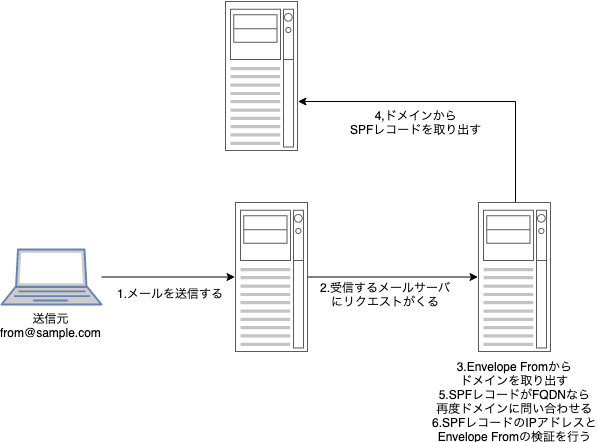
The draw.io diagram images/chap03-spf-settings/spf.png in hideaki-kawahara/Clean-mailSettings, before a commit. Source tidied: cells renumbered, new cells last; positions are measured from the earlier drawing's top-left corner, leaving out a move shared by most shapes.
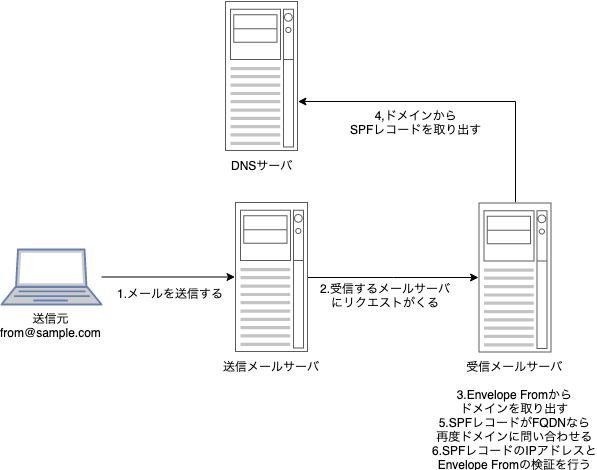
After the commit.

The edit, as a diff of the source:
```diff
@@ -10,7 +10,7 @@
         <mxPoint x="-8" y="32" as="offset" />
       </mxGeometry>
     </mxCell>
-    <mxCell id="4" style="strokeColor=#666666;html=1;verticalLabelPosition=bottom;labelBackgroundColor=#ffffff;verticalAlign=top;outlineConnect=0;shadow=0;dashed=0;shape=mxgraph.rack.general.server_2;" parent="1" vertex="1">
+    <mxCell id="4" value="送信メールサーバ" style="strokeColor=#666666;html=1;verticalLabelPosition=bottom;labelBackgroundColor=#ffffff;verticalAlign=top;outlineConnect=0;shadow=0;dashed=0;shape=mxgraph.rack.general.server_2;" parent="1" vertex="1">
       <mxGeometry x="233.5" y="200.5" width="73" height="150" as="geometry" />
     </mxCell>
     <mxCell id="5" style="edgeStyle=orthogonalEdgeStyle;rounded=0;jettySize=auto;html=1;" parent="1" edge="1" source="6" target="4">
@@ -19,7 +19,7 @@
     <mxCell id="6" value="&lt;font color=&quot;#000000&quot;&gt;送信元&lt;br&gt;from@sample.com&lt;/font&gt;" style="fontColor=#0066CC;verticalAlign=top;verticalLabelPosition=bottom;labelPosition=center;align=center;html=1;outlineConnect=0;fillColor=#CCCCCC;strokeColor=#6881B3;gradientColor=none;gradientDirection=north;strokeWidth=2;shape=mxgraph.networks.laptop;" parent="1" vertex="1">
       <mxGeometry y="248" width="100" height="55" as="geometry" />
     </mxCell>
-    <mxCell id="7" style="strokeColor=#666666;html=1;verticalLabelPosition=bottom;labelBackgroundColor=#ffffff;verticalAlign=top;outlineConnect=0;shadow=0;dashed=0;shape=mxgraph.rack.general.server_2;" parent="1" vertex="1">
+    <mxCell id="7" value="DNSサーバ" style="strokeColor=#666666;html=1;verticalLabelPosition=bottom;labelBackgroundColor=#ffffff;verticalAlign=top;outlineConnect=0;shadow=0;dashed=0;shape=mxgraph.rack.general.server_2;" parent="1" vertex="1">
       <mxGeometry x="223.5" y="-0.5" width="73" height="150" as="geometry" />
     </mxCell>
     <mxCell id="8" style="edgeStyle=orthogonalEdgeStyle;rounded=0;jettySize=auto;html=1;" parent="1" edge="1" source="10" target="7">
@@ -34,8 +34,8 @@
         <mxPoint x="-47" y="16.5" as="offset" />
       </mxGeometry>
     </mxCell>
-    <mxCell id="10" value="3.Envelope Fromから&lt;br&gt;ドメインを取り出す&lt;br&gt;5.SPFレコードがFQDNなら&lt;br&gt;再度ドメインに問い合わせる&lt;br&gt;6.SPFレコードのIPアドレスと&lt;br&gt;Envelope Fromの検証を行う" style="strokeColor=#666666;html=1;verticalLabelPosition=bottom;labelBackgroundColor=#ffffff;verticalAlign=top;outlineConnect=0;shadow=0;dashed=0;shape=mxgraph.rack.general.server_2;" parent="1" vertex="1">
-      <mxGeometry x="476.5" y="200.5" width="73" height="150" as="geometry" />
+    <mxCell id="10" value="受信メールサーバ&lt;br&gt;&lt;br&gt;3.Envelope Fromから&lt;br&gt;ドメインを取り出す&lt;br&gt;5.SPFレコードがFQDNなら&lt;br&gt;再度ドメインに問い合わせる&lt;br&gt;6.SPFレコードのIPアドレスと&lt;br&gt;Envelope Fromの検証を行う" style="strokeColor=#666666;html=1;verticalLabelPosition=bottom;labelBackgroundColor=#ffffff;verticalAlign=top;outlineConnect=0;shadow=0;dashed=0;shape=mxgraph.rack.general.server_2;" parent="1" vertex="1">
+      <mxGeometry x="477" y="201" width="73" height="150" as="geometry" />
     </mxCell>
     <mxCell id="11" value="1.メールを送信する" style="text;html=1;align=left;verticalAlign=top;spacingTop=-4;" parent="1" vertex="1">
       <mxGeometry x="113.5" y="282.5" width="120" height="20" as="geometry" />
```
